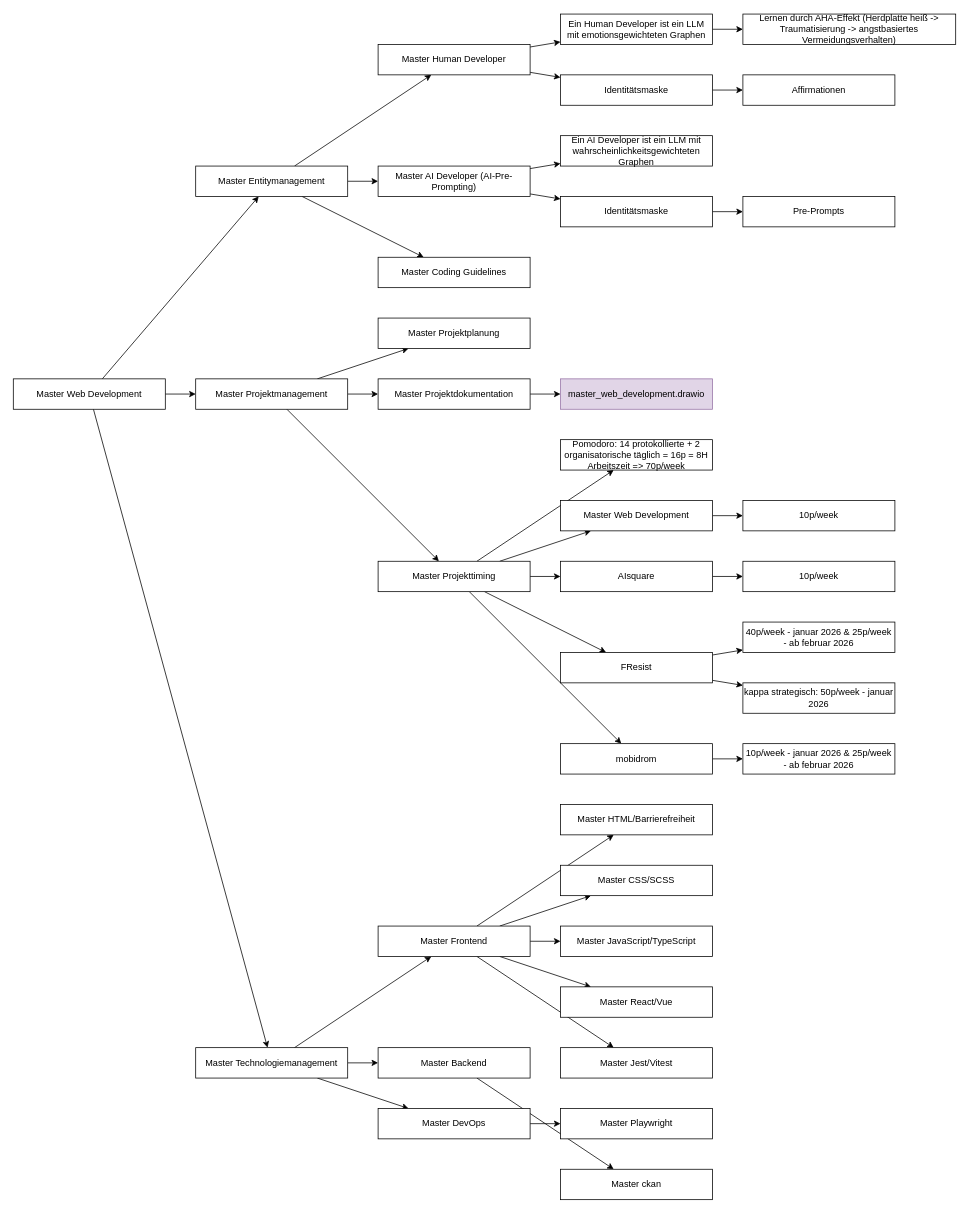
Before: master_web_development.drawio in kephalosk/drawio-diagrams, a draw.io diagram. Source tidied: cells renumbered, new cells numbered last; positions are measured from the earlier drawing's top-left corner, leaving out a move shared by most shapes. Both pictures are drawn from the tidied source at 76%, with x=0, y=0 at pixel (13, 14).
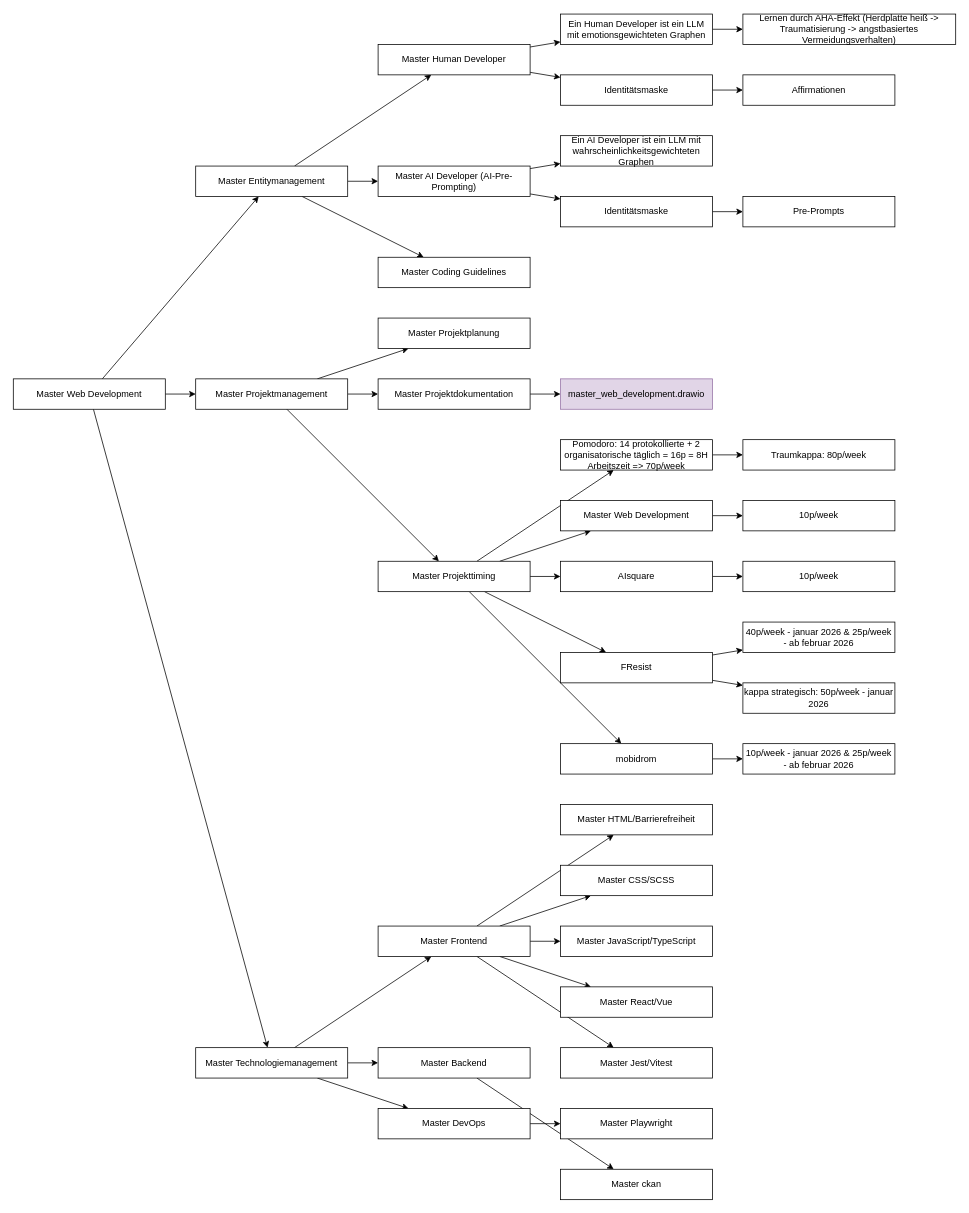
The same diagram, later.

The change refers to these unchanged cells:
```xml
<mxCell id="61" value="Pomodoro: 14 protokollierte + 2 organisatorische täglich = 16p = 8H Arbeitszeit =&amp;gt; 70p/week" style="rounded=0;whiteSpace=wrap;html=1;" parent="1" vertex="1">
  <mxGeometry x="720" y="560" width="200" height="40" as="geometry" />
</mxCell>
```

Change to the diagram source:
```diff
@@
+    <mxCell id="77" style="edgeStyle=none;rounded=0;jettySize=auto;html=1;" parent="1" edge="1" source="61" target="78">
+      <mxGeometry relative="1" as="geometry" />
+    </mxCell>
@@
+    <mxCell id="78" value="Traumkappa: 80p/week" style="rounded=0;whiteSpace=wrap;html=1;" parent="1" vertex="1">
+      <mxGeometry x="960" y="560" width="200" height="40" as="geometry" />
+    </mxCell>
```
